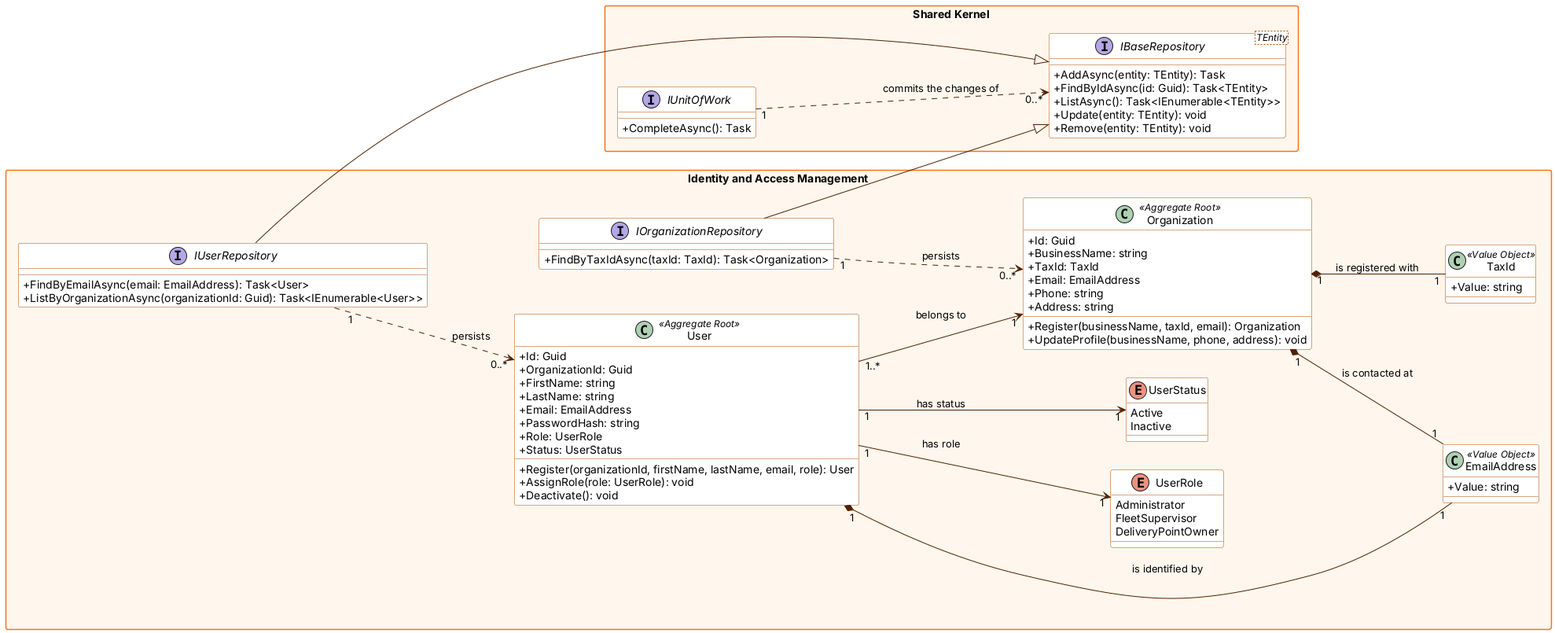
1ASI0730-2620-8084-CodeCrafters/bottle-track-report keeps this PlantUML diagram as img/Software-Object-Oriented-Design/backend-class-identity-access.png. Above is the earlier version. The source it was exported from:
```plantuml
@startuml
skinparam classAttributeIconSize 0
skinparam packageStyle rectangle
skinparam shadowing false
skinparam defaultFontName Arial
skinparam class {
  BackgroundColor #ffffff
  BorderColor #b34900
  ArrowColor #4f2000
}
skinparam package {
  BackgroundColor #fff7ed
  BorderColor #f97316
}
left to right direction

package "Shared Kernel" {
  interface "IBaseRepository<TEntity>" as IBaseRepository {
    + AddAsync(entity: TEntity): Task
    + FindByIdAsync(id: Guid): Task<TEntity>
    + ListAsync(): Task<IEnumerable<TEntity>>
    + Update(entity: TEntity): void
    + Remove(entity: TEntity): void
  }
  interface IUnitOfWork {
    + CompleteAsync(): Task
  }
  IUnitOfWork "1" ..> "0..*" IBaseRepository : commits the changes of
}
package "Identity and Access Management" {
  class Organization <<Aggregate Root>> {
    + Id: Guid
    + BusinessName: string
    + TaxId: TaxId
    + Email: EmailAddress
    + Phone: string
    + Address: string
    + Register(businessName, taxId, email): Organization
    + UpdateProfile(businessName, phone, address): void
  }
  class User <<Aggregate Root>> {
    + Id: Guid
    + OrganizationId: Guid
    + FirstName: string
    + LastName: string
    + Email: EmailAddress
    + PasswordHash: string
    + Role: UserRole
    + Status: UserStatus
    + Register(organizationId, firstName, lastName, email, role): User
    + AssignRole(role: UserRole): void
    + Deactivate(): void
  }
  class EmailAddress <<Value Object>> {
    + Value: string
  }
  class TaxId <<Value Object>> {
    + Value: string
  }
  enum UserRole {
    Administrator
    FleetSupervisor
    DeliveryPointOwner
  }
  enum UserStatus {
    Active
    Inactive
  }
  interface IOrganizationRepository {
    + FindByTaxIdAsync(taxId: TaxId): Task<Organization>
  }
  interface IUserRepository {
    + FindByEmailAsync(email: EmailAddress): Task<User>
    + ListByOrganizationAsync(organizationId: Guid): Task<IEnumerable<User>>
  }
  User "1..*" --> "1" Organization : belongs to
  User "1" --> "1" UserRole : has role
  User "1" --> "1" UserStatus : has status
  User "1" *-- "1" EmailAddress : is identified by
  Organization "1" *-- "1" EmailAddress : is contacted at
  Organization "1" *-- "1" TaxId : is registered with
  IOrganizationRepository --|> IBaseRepository
  IUserRepository --|> IBaseRepository
  IOrganizationRepository "1" ..> "0..*" Organization : persists
  IUserRepository "1" ..> "0..*" User : persists
}
@enduml
```
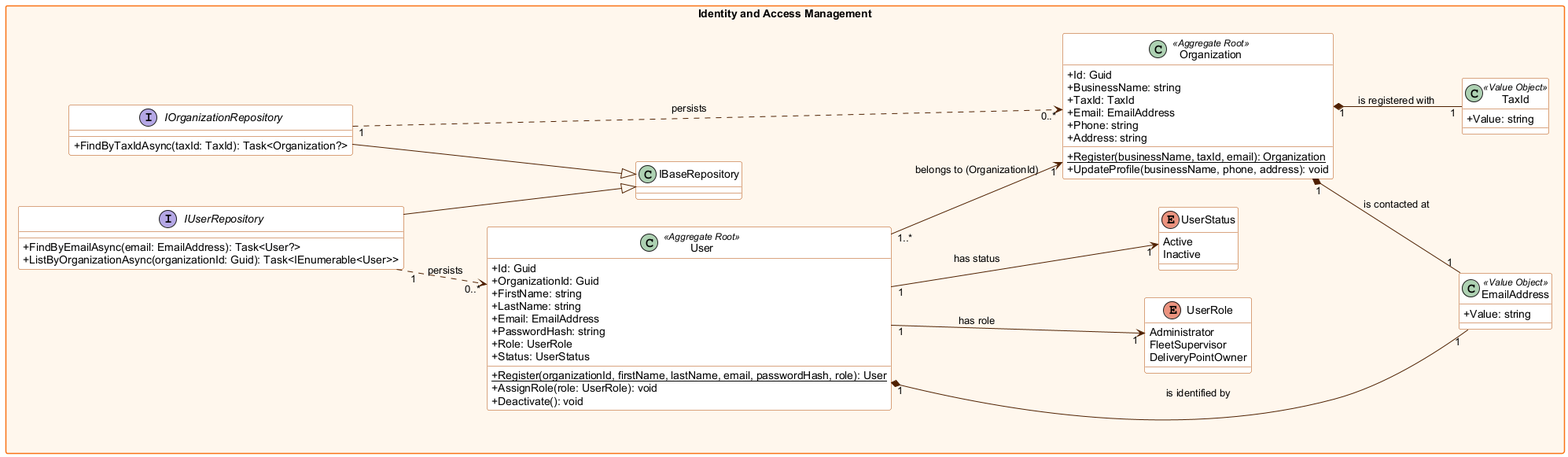
The same diagram one commit later.

Commit message:
docs(class-diagram): align backend class model and identity and access classes

What changed in the source:
```diff
@@ -1,4 +1,4 @@
-@startuml
+@startuml backend-class-identity-access
 skinparam classAttributeIconSize 0
 skinparam packageStyle rectangle
 skinparam shadowing false
@@ -14,19 +14,6 @@
 }
 left to right direction
 
-package "Shared Kernel" {
-  interface "IBaseRepository<TEntity>" as IBaseRepository {
-    + AddAsync(entity: TEntity): Task
-    + FindByIdAsync(id: Guid): Task<TEntity>
-    + ListAsync(): Task<IEnumerable<TEntity>>
-    + Update(entity: TEntity): void
-    + Remove(entity: TEntity): void
-  }
-  interface IUnitOfWork {
-    + CompleteAsync(): Task
-  }
-  IUnitOfWork "1" ..> "0..*" IBaseRepository : commits the changes of
-}
 package "Identity and Access Management" {
   class Organization <<Aggregate Root>> {
     + Id: Guid
@@ -35,7 +22,7 @@
     + Email: EmailAddress
     + Phone: string
     + Address: string
-    + Register(businessName, taxId, email): Organization
+    + {static} Register(businessName, taxId, email): Organization
     + UpdateProfile(businessName, phone, address): void
   }
   class User <<Aggregate Root>> {
@@ -47,7 +34,7 @@
     + PasswordHash: string
     + Role: UserRole
     + Status: UserStatus
-    + Register(organizationId, firstName, lastName, email, role): User
+    + {static} Register(organizationId, firstName, lastName, email, passwordHash, role): User
     + AssignRole(role: UserRole): void
     + Deactivate(): void
   }
@@ -67,13 +54,13 @@
     Inactive
   }
   interface IOrganizationRepository {
-    + FindByTaxIdAsync(taxId: TaxId): Task<Organization>
+    + FindByTaxIdAsync(taxId: TaxId): Task<Organization?>
   }
   interface IUserRepository {
-    + FindByEmailAsync(email: EmailAddress): Task<User>
+    + FindByEmailAsync(email: EmailAddress): Task<User?>
     + ListByOrganizationAsync(organizationId: Guid): Task<IEnumerable<User>>
   }
-  User "1..*" --> "1" Organization : belongs to
+  User "1..*" --> "1" Organization : belongs to (OrganizationId)
   User "1" --> "1" UserRole : has role
   User "1" --> "1" UserStatus : has status
   User "1" *-- "1" EmailAddress : is identified by
```
